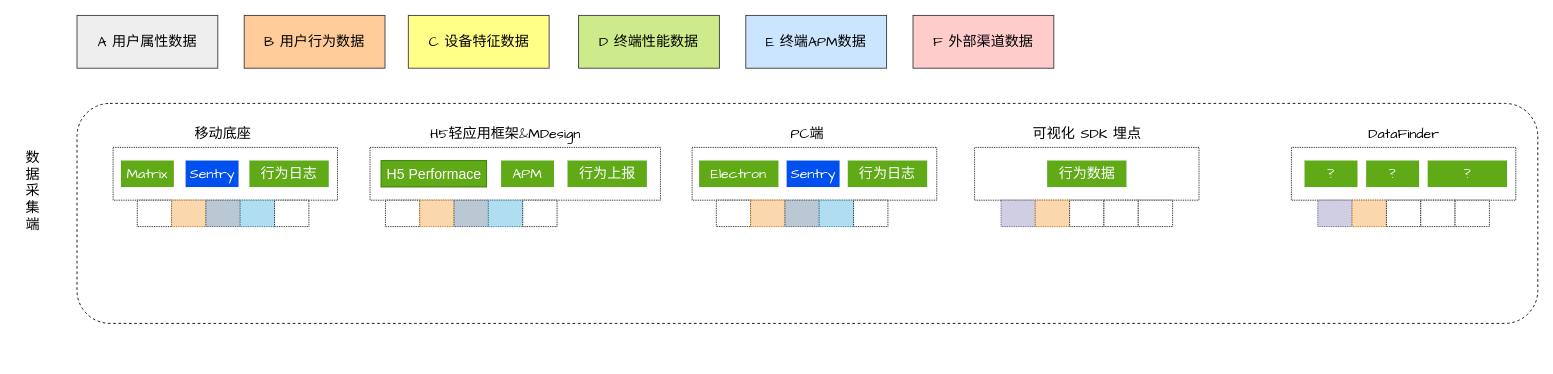
ming3000/midea keeps this draw.io diagram as Copy of arch_0045.drawio. Above is the earlier version. Source tidied: cells renumbered, new cells numbered last; positions are measured from the earlier drawing's top-left corner, leaving out a move shared by most shapes. Both pictures are drawn from the tidied source at 88%, with x=0, y=0 at pixel (15, 15).
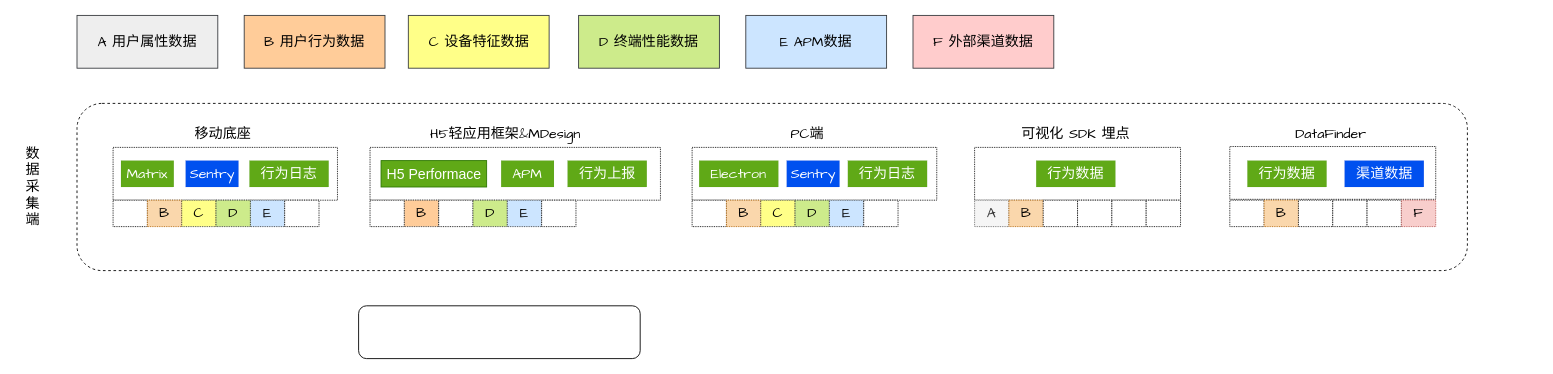
The same page after the edit.

Diff of the diagram source:
```diff
@@
-    <mxCell id="4" value="E 终端APM数据" style="rounded=0;whiteSpace=wrap;html=1;fillColor=#cce5ff;strokeColor=#36393d;fontSize=16;fontFamily=Comic Sans MS;" parent="1" vertex="1">
+    <mxCell id="4" value="E APM数据" style="rounded=0;whiteSpace=wrap;html=1;fillColor=#cce5ff;strokeColor=#36393d;fontSize=16;fontFamily=Comic Sans MS;" parent="1" vertex="1">
       <mxGeometry x="830" width="160" height="60" as="geometry" />
     </mxCell>
@@
     <mxCell id="6" style="rounded=1;whiteSpace=wrap;html=1;fontSize=16;dashed=1;fontFamily=Comic Sans MS;" parent="1" vertex="1">
-      <mxGeometry x="70" y="100" width="1660" height="250" as="geometry" />
+      <mxGeometry x="70" y="100" width="1580" height="190" as="geometry" />
     </mxCell>
     <mxCell id="7" value="数&lt;br&gt;据&lt;br&gt;采&lt;br&gt;集&lt;br&gt;端" style="rounded=0;whiteSpace=wrap;html=1;fontSize=16;strokeWidth=0;strokeColor=none;fontFamily=Comic Sans MS;" parent="1" vertex="1">
-      <mxGeometry y="135" width="40" height="130" as="geometry" />
+      <mxGeometry y="130" width="40" height="130" as="geometry" />
     </mxCell>
@@
     <mxCell id="17" value="可视化 SDK 埋点" style="rounded=0;whiteSpace=wrap;html=1;dashed=1;fontSize=16;strokeWidth=0;fontFamily=Comic Sans MS;strokeColor=none;" parent="1" vertex="1">
-      <mxGeometry x="1122.5" y="120" width="190" height="30" as="geometry" />
+      <mxGeometry x="1110" y="120" width="190" height="30" as="geometry" />
     </mxCell>
     <mxCell id="18" style="rounded=0;whiteSpace=wrap;html=1;dashed=1;fontSize=16;strokeWidth=1;fontFamily=Comic Sans MS;dashPattern=1 1;" parent="1" vertex="1">
-      <mxGeometry x="1090" y="150" width="255" height="60" as="geometry" />
+      <mxGeometry x="1090" y="150" width="234" height="60" as="geometry" />
     </mxCell>
     <mxCell id="19" value="行为数据" style="rounded=0;whiteSpace=wrap;html=1;dashed=1;fontSize=16;strokeWidth=0;fontFamily=Comic Sans MS;fillColor=#60a917;fontColor=#ffffff;strokeColor=#2D7600;" parent="1" vertex="1">
-      <mxGeometry x="1172.5" y="165" width="90" height="30" as="geometry" />
+      <mxGeometry x="1160" y="165" width="90" height="30" as="geometry" />
     </mxCell>
     <mxCell id="20" value="DataFinder" style="rounded=0;whiteSpace=wrap;html=1;dashed=1;fontSize=16;strokeWidth=0;fontFamily=Comic Sans MS;strokeColor=none;" parent="1" vertex="1">
-      <mxGeometry x="1482.5" y="120" width="190" height="30" as="geometry" />
+      <mxGeometry x="1400" y="120" width="190" height="30" as="geometry" />
     </mxCell>
     <mxCell id="21" style="rounded=0;whiteSpace=wrap;html=1;dashed=1;fontSize=16;strokeWidth=1;fontFamily=Comic Sans MS;dashPattern=1 1;" parent="1" vertex="1">
-      <mxGeometry x="1450" y="150" width="255" height="60" as="geometry" />
+      <mxGeometry x="1380" y="149" width="234" height="60" as="geometry" />
     </mxCell>
-    <mxCell id="22" value="?" style="rounded=0;whiteSpace=wrap;html=1;dashed=1;fontSize=16;strokeWidth=0;fontFamily=Comic Sans MS;fillColor=#60a917;fontColor=#ffffff;strokeColor=#2D7600;" parent="1" vertex="1">
-      <mxGeometry x="1465" y="165" width="60" height="30" as="geometry" />
-    </mxCell>
-    <mxCell id="23" value="?" style="rounded=0;whiteSpace=wrap;html=1;dashed=1;fontSize=16;strokeWidth=0;fontFamily=Comic Sans MS;fillColor=#60a917;fontColor=#ffffff;strokeColor=#2D7600;" parent="1" vertex="1">
-      <mxGeometry x="1535" y="165" width="60" height="30" as="geometry" />
-    </mxCell>
-    <mxCell id="24" value="?" style="rounded=0;whiteSpace=wrap;html=1;dashed=1;fontSize=16;strokeWidth=0;fontFamily=Comic Sans MS;fillColor=#60a917;fontColor=#ffffff;strokeColor=#2D7600;" parent="1" vertex="1">
-      <mxGeometry x="1605" y="165" width="90" height="30" as="geometry" />
+    <mxCell id="24" value="渠道数据" style="rounded=0;whiteSpace=wrap;html=1;dashed=1;fontSize=16;strokeWidth=0;fontFamily=Comic Sans MS;fillColor=#0050ef;fontColor=#ffffff;strokeColor=#001DBC;" parent="1" vertex="1">
+      <mxGeometry x="1510.5" y="165" width="90" height="30" as="geometry" />
     </mxCell>
     <mxCell id="25" style="rounded=0;whiteSpace=wrap;html=1;dashed=1;dashPattern=1 1;fontFamily=Comic Sans MS;fontSize=16;strokeWidth=1;" parent="1" vertex="1">
-      <mxGeometry x="138.5" y="210" width="39" height="30" as="geometry" />
+      <mxGeometry x="111" y="210" width="39" height="30" as="geometry" />
     </mxCell>
-    <mxCell id="26" style="rounded=0;whiteSpace=wrap;html=1;dashed=1;dashPattern=1 1;fontFamily=Comic Sans MS;fontSize=16;strokeWidth=1;fillColor=#fad7ac;strokeColor=#b46504;" parent="1" vertex="1">
-      <mxGeometry x="177.5" y="210" width="39" height="30" as="geometry" />
+    <mxCell id="26" value="B" style="rounded=0;whiteSpace=wrap;html=1;dashed=1;dashPattern=1 1;fontFamily=Comic Sans MS;fontSize=16;strokeWidth=1;fillColor=#fad7ac;strokeColor=#b46504;" parent="1" vertex="1">
+      <mxGeometry x="150" y="210" width="39" height="30" as="geometry" />
     </mxCell>
-    <mxCell id="27" style="rounded=0;whiteSpace=wrap;html=1;dashed=1;dashPattern=1 1;fontFamily=Comic Sans MS;fontSize=16;strokeWidth=1;fillColor=#bac8d3;strokeColor=#23445d;" parent="1" vertex="1">
-      <mxGeometry x="216.5" y="210" width="39" height="30" as="geometry" />
+    <mxCell id="27" value="C" style="rounded=0;whiteSpace=wrap;html=1;dashed=1;dashPattern=1 1;fontFamily=Comic Sans MS;fontSize=16;strokeWidth=1;fillColor=#ffff88;strokeColor=#36393d;" parent="1" vertex="1">
+      <mxGeometry x="189" y="210" width="39" height="30" as="geometry" />
     </mxCell>
-    <mxCell id="28" style="rounded=0;whiteSpace=wrap;html=1;dashed=1;dashPattern=1 1;fontFamily=Comic Sans MS;fontSize=16;strokeWidth=1;fillColor=#b1ddf0;strokeColor=#10739e;" parent="1" vertex="1">
-      <mxGeometry x="255.5" y="210" width="39" height="30" as="geometry" />
+    <mxCell id="28" value="E" style="rounded=0;whiteSpace=wrap;html=1;dashed=1;dashPattern=1 1;fontFamily=Comic Sans MS;fontSize=16;strokeWidth=1;fillColor=#cce5ff;strokeColor=#36393d;" parent="1" vertex="1">
+      <mxGeometry x="267" y="210" width="39" height="30" as="geometry" />
     </mxCell>
     <mxCell id="29" style="rounded=0;whiteSpace=wrap;html=1;dashed=1;dashPattern=1 1;fontFamily=Comic Sans MS;fontSize=16;strokeWidth=1;" parent="1" vertex="1">
-      <mxGeometry x="294.5" y="210" width="39" height="30" as="geometry" />
+      <mxGeometry x="306" y="210" width="39" height="30" as="geometry" />
     </mxCell>
@@
     <mxCell id="31" style="rounded=0;whiteSpace=wrap;html=1;dashed=1;dashPattern=1 1;fontFamily=Comic Sans MS;fontSize=16;strokeWidth=1;" parent="1" vertex="1">
-      <mxGeometry x="420.5" y="210" width="39" height="30" as="geometry" />
+      <mxGeometry x="403" y="210" width="39" height="30" as="geometry" />
     </mxCell>
-    <mxCell id="32" style="rounded=0;whiteSpace=wrap;html=1;dashed=1;dashPattern=1 1;fontFamily=Comic Sans MS;fontSize=16;strokeWidth=1;fillColor=#fad7ac;strokeColor=#b46504;" parent="1" vertex="1">
-      <mxGeometry x="459.5" y="210" width="39" height="30" as="geometry" />
+    <mxCell id="32" value="B" style="rounded=0;whiteSpace=wrap;html=1;dashed=1;dashPattern=1 1;fontFamily=Comic Sans MS;fontSize=16;strokeWidth=1;fillColor=#ffcc99;strokeColor=#36393d;" parent="1" vertex="1">
+      <mxGeometry x="442" y="210" width="39" height="30" as="geometry" />
     </mxCell>
-    <mxCell id="33" style="rounded=0;whiteSpace=wrap;html=1;dashed=1;dashPattern=1 1;fontFamily=Comic Sans MS;fontSize=16;strokeWidth=1;fillColor=#bac8d3;strokeColor=#23445d;" parent="1" vertex="1">
-      <mxGeometry x="498.5" y="210" width="39" height="30" as="geometry" />
+    <mxCell id="33" style="rounded=0;whiteSpace=wrap;html=1;dashed=1;dashPattern=1 1;fontFamily=Comic Sans MS;fontSize=16;strokeWidth=1;" parent="1" vertex="1">
+      <mxGeometry x="481" y="210" width="39" height="30" as="geometry" />
     </mxCell>
-    <mxCell id="34" style="rounded=0;whiteSpace=wrap;html=1;dashed=1;dashPattern=1 1;fontFamily=Comic Sans MS;fontSize=16;strokeWidth=1;fillColor=#b1ddf0;strokeColor=#10739e;" parent="1" vertex="1">
-      <mxGeometry x="537.5" y="210" width="39" height="30" as="geometry" />
+    <mxCell id="34" value="D" style="rounded=0;whiteSpace=wrap;html=1;dashed=1;dashPattern=1 1;fontFamily=Comic Sans MS;fontSize=16;strokeWidth=1;fillColor=#cdeb8b;strokeColor=#36393d;" parent="1" vertex="1">
+      <mxGeometry x="520" y="210" width="39" height="30" as="geometry" />
     </mxCell>
-    <mxCell id="35" style="rounded=0;whiteSpace=wrap;html=1;dashed=1;dashPattern=1 1;fontFamily=Comic Sans MS;fontSize=16;strokeWidth=1;" parent="1" vertex="1">
-      <mxGeometry x="576.5" y="210" width="39" height="30" as="geometry" />
+    <mxCell id="35" value="E" style="rounded=0;whiteSpace=wrap;html=1;dashed=1;dashPattern=1 1;fontFamily=Comic Sans MS;fontSize=16;strokeWidth=1;fillColor=#cce5ff;strokeColor=#36393d;" parent="1" vertex="1">
+      <mxGeometry x="559" y="210" width="39" height="30" as="geometry" />
     </mxCell>
-    <mxCell id="36" style="rounded=0;whiteSpace=wrap;html=1;dashed=1;dashPattern=1 1;fontFamily=Comic Sans MS;fontSize=16;strokeWidth=1;fillColor=#d0cee2;strokeColor=#56517e;" parent="1" vertex="1">
-      <mxGeometry x="1120" y="210" width="39" height="30" as="geometry" />
+    <mxCell id="36" value="A" style="rounded=0;whiteSpace=wrap;html=1;dashed=1;dashPattern=1 1;fontFamily=Comic Sans MS;fontSize=16;strokeWidth=1;fillColor=#f5f5f5;fontColor=#333333;strokeColor=#666666;" parent="1" vertex="1">
+      <mxGeometry x="1090" y="210" width="39" height="30" as="geometry" />
     </mxCell>
-    <mxCell id="37" style="rounded=0;whiteSpace=wrap;html=1;dashed=1;dashPattern=1 1;fontFamily=Comic Sans MS;fontSize=16;strokeWidth=1;fillColor=#fad7ac;strokeColor=#b46504;" parent="1" vertex="1">
-      <mxGeometry x="1159" y="210" width="39" height="30" as="geometry" />
+    <mxCell id="37" value="B" style="rounded=0;whiteSpace=wrap;html=1;dashed=1;dashPattern=1 1;fontFamily=Comic Sans MS;fontSize=16;strokeWidth=1;fillColor=#fad7ac;strokeColor=#b46504;" parent="1" vertex="1">
+      <mxGeometry x="1129" y="210" width="39" height="30" as="geometry" />
     </mxCell>
     <mxCell id="38" style="rounded=0;whiteSpace=wrap;html=1;dashed=1;dashPattern=1 1;fontFamily=Comic Sans MS;fontSize=16;strokeWidth=1;" parent="1" vertex="1">
-      <mxGeometry x="1198" y="210" width="39" height="30" as="geometry" />
+      <mxGeometry x="1168" y="210" width="39" height="30" as="geometry" />
     </mxCell>
     <mxCell id="39" style="rounded=0;whiteSpace=wrap;html=1;dashed=1;dashPattern=1 1;fontFamily=Comic Sans MS;fontSize=16;strokeWidth=1;" parent="1" vertex="1">
-      <mxGeometry x="1237" y="210" width="39" height="30" as="geometry" />
+      <mxGeometry x="1207" y="210" width="39" height="30" as="geometry" />
     </mxCell>
     <mxCell id="40" style="rounded=0;whiteSpace=wrap;html=1;dashed=1;dashPattern=1 1;fontFamily=Comic Sans MS;fontSize=16;strokeWidth=1;" parent="1" vertex="1">
-      <mxGeometry x="1276" y="210" width="39" height="30" as="geometry" />
+      <mxGeometry x="1246" y="210" width="39" height="30" as="geometry" />
     </mxCell>
-    <mxCell id="41" style="rounded=0;whiteSpace=wrap;html=1;dashed=1;dashPattern=1 1;fontFamily=Comic Sans MS;fontSize=16;strokeWidth=1;fillColor=#d0cee2;strokeColor=#56517e;" parent="1" vertex="1">
-      <mxGeometry x="1480" y="210" width="39" height="30" as="geometry" />
+    <mxCell id="41" style="rounded=0;whiteSpace=wrap;html=1;dashed=1;dashPattern=1 1;fontFamily=Comic Sans MS;fontSize=16;strokeWidth=1;" parent="1" vertex="1">
+      <mxGeometry x="1380" y="210" width="39" height="30" as="geometry" />
     </mxCell>
-    <mxCell id="42" style="rounded=0;whiteSpace=wrap;html=1;dashed=1;dashPattern=1 1;fontFamily=Comic Sans MS;fontSize=16;strokeWidth=1;fillColor=#fad7ac;strokeColor=#b46504;" parent="1" vertex="1">
-      <mxGeometry x="1519" y="210" width="39" height="30" as="geometry" />
+    <mxCell id="42" value="B" style="rounded=0;whiteSpace=wrap;html=1;dashed=1;dashPattern=1 1;fontFamily=Comic Sans MS;fontSize=16;strokeWidth=1;fillColor=#fad7ac;strokeColor=#b46504;" parent="1" vertex="1">
+      <mxGeometry x="1419" y="210" width="39" height="30" as="geometry" />
     </mxCell>
     <mxCell id="43" style="rounded=0;whiteSpace=wrap;html=1;dashed=1;dashPattern=1 1;fontFamily=Comic Sans MS;fontSize=16;strokeWidth=1;" parent="1" vertex="1">
-      <mxGeometry x="1558" y="210" width="39" height="30" as="geometry" />
+      <mxGeometry x="1458" y="210" width="39" height="30" as="geometry" />
     </mxCell>
-    <mxCell id="44" style="rounded=0;whiteSpace=wrap;html=1;dashed=1;dashPattern=1 1;fontFamily=Comic Sans MS;fontSize=16;strokeWidth=1;" parent="1" vertex="1">
-      <mxGeometry x="1597" y="210" width="39" height="30" as="geometry" />
-    </mxCell>
     <mxCell id="45" style="rounded=0;whiteSpace=wrap;html=1;dashed=1;dashPattern=1 1;fontFamily=Comic Sans MS;fontSize=16;strokeWidth=1;" parent="1" vertex="1">
-      <mxGeometry x="1636" y="210" width="39" height="30" as="geometry" />
+      <mxGeometry x="1497" y="210" width="39" height="30" as="geometry" />
     </mxCell>
@@
     <mxCell id="52" style="rounded=0;whiteSpace=wrap;html=1;dashed=1;dashPattern=1 1;fontFamily=Comic Sans MS;fontSize=16;strokeWidth=1;" parent="1" vertex="1">
-      <mxGeometry x="796.5" y="210" width="39" height="30" as="geometry" />
+      <mxGeometry x="769" y="210" width="39" height="30" as="geometry" />
     </mxCell>
-    <mxCell id="53" style="rounded=0;whiteSpace=wrap;html=1;dashed=1;dashPattern=1 1;fontFamily=Comic Sans MS;fontSize=16;strokeWidth=1;fillColor=#fad7ac;strokeColor=#b46504;" parent="1" vertex="1">
-      <mxGeometry x="835.5" y="210" width="39" height="30" as="geometry" />
+    <mxCell id="53" value="B" style="rounded=0;whiteSpace=wrap;html=1;dashed=1;dashPattern=1 1;fontFamily=Comic Sans MS;fontSize=16;strokeWidth=1;fillColor=#fad7ac;strokeColor=#b46504;" parent="1" vertex="1">
+      <mxGeometry x="808" y="210" width="39" height="30" as="geometry" />
     </mxCell>
-    <mxCell id="54" style="rounded=0;whiteSpace=wrap;html=1;dashed=1;dashPattern=1 1;fontFamily=Comic Sans MS;fontSize=16;strokeWidth=1;fillColor=#bac8d3;strokeColor=#23445d;" parent="1" vertex="1">
-      <mxGeometry x="874.5" y="210" width="39" height="30" as="geometry" />
+    <mxCell id="54" value="C" style="rounded=0;whiteSpace=wrap;html=1;dashed=1;dashPattern=1 1;fontFamily=Comic Sans MS;fontSize=16;strokeWidth=1;fillColor=#ffff88;strokeColor=#36393d;" parent="1" vertex="1">
+      <mxGeometry x="847" y="210" width="39" height="30" as="geometry" />
     </mxCell>
-    <mxCell id="55" style="rounded=0;whiteSpace=wrap;html=1;dashed=1;dashPattern=1 1;fontFamily=Comic Sans MS;fontSize=16;strokeWidth=1;fillColor=#b1ddf0;strokeColor=#10739e;" parent="1" vertex="1">
-      <mxGeometry x="913.5" y="210" width="39" height="30" as="geometry" />
+    <mxCell id="55" value="D" style="rounded=0;whiteSpace=wrap;html=1;dashed=1;dashPattern=1 1;fontFamily=Comic Sans MS;fontSize=16;strokeWidth=1;fillColor=#cdeb8b;strokeColor=#36393d;" parent="1" vertex="1">
+      <mxGeometry x="886" y="210" width="39" height="30" as="geometry" />
     </mxCell>
-    <mxCell id="56" style="rounded=0;whiteSpace=wrap;html=1;dashed=1;dashPattern=1 1;fontFamily=Comic Sans MS;fontSize=16;strokeWidth=1;" parent="1" vertex="1">
-      <mxGeometry x="952.5" y="210" width="39" height="30" as="geometry" />
+    <mxCell id="56" value="E" style="rounded=0;whiteSpace=wrap;html=1;dashed=1;dashPattern=1 1;fontFamily=Comic Sans MS;fontSize=16;strokeWidth=1;fillColor=#cce5ff;strokeColor=#36393d;" parent="1" vertex="1">
+      <mxGeometry x="925" y="210" width="39" height="30" as="geometry" />
     </mxCell>
@@
+    <mxCell id="58" value="D" style="rounded=0;whiteSpace=wrap;html=1;dashed=1;dashPattern=1 1;fontFamily=Comic Sans MS;fontSize=16;strokeWidth=1;fillColor=#cdeb8b;strokeColor=#36393d;" parent="1" vertex="1">
+      <mxGeometry x="228" y="210" width="39" height="30" as="geometry" />
+    </mxCell>
+    <mxCell id="59" style="rounded=0;whiteSpace=wrap;html=1;dashed=1;dashPattern=1 1;fontFamily=Comic Sans MS;fontSize=16;strokeWidth=1;" parent="1" vertex="1">
+      <mxGeometry x="598" y="210" width="39" height="30" as="geometry" />
+    </mxCell>
+    <mxCell id="60" style="rounded=0;whiteSpace=wrap;html=1;dashed=1;dashPattern=1 1;fontFamily=Comic Sans MS;fontSize=16;strokeWidth=1;" parent="1" vertex="1">
+      <mxGeometry x="964" y="210" width="39" height="30" as="geometry" />
+    </mxCell>
+    <mxCell id="61" style="rounded=0;whiteSpace=wrap;html=1;dashed=1;dashPattern=1 1;fontFamily=Comic Sans MS;fontSize=16;strokeWidth=1;" parent="1" vertex="1">
+      <mxGeometry x="1285" y="210" width="39" height="30" as="geometry" />
+    </mxCell>
+    <mxCell id="62" style="rounded=0;whiteSpace=wrap;html=1;dashed=1;dashPattern=1 1;fontFamily=Comic Sans MS;fontSize=16;strokeWidth=1;" parent="1" vertex="1">
+      <mxGeometry x="1536" y="210" width="39" height="30" as="geometry" />
+    </mxCell>
+    <mxCell id="63" value="F" style="rounded=0;whiteSpace=wrap;html=1;dashed=1;dashPattern=1 1;fontFamily=Comic Sans MS;fontSize=16;strokeWidth=1;fillColor=#f8cecc;strokeColor=#b85450;" parent="1" vertex="1">
+      <mxGeometry x="1575" y="210" width="39" height="30" as="geometry" />
+    </mxCell>
+    <mxCell id="64" value="行为数据" style="rounded=0;whiteSpace=wrap;html=1;dashed=1;fontSize=16;strokeWidth=0;fontFamily=Comic Sans MS;fillColor=#60a917;fontColor=#ffffff;strokeColor=#2D7600;" parent="1" vertex="1">
+      <mxGeometry x="1400" y="165" width="90" height="30" as="geometry" />
+    </mxCell>
+    <mxCell id="65" style="rounded=1;whiteSpace=wrap;html=1;fontSize=16;" parent="1" vertex="1">
+      <mxGeometry x="390" y="330" width="320" height="60" as="geometry" />
+    </mxCell>
```
